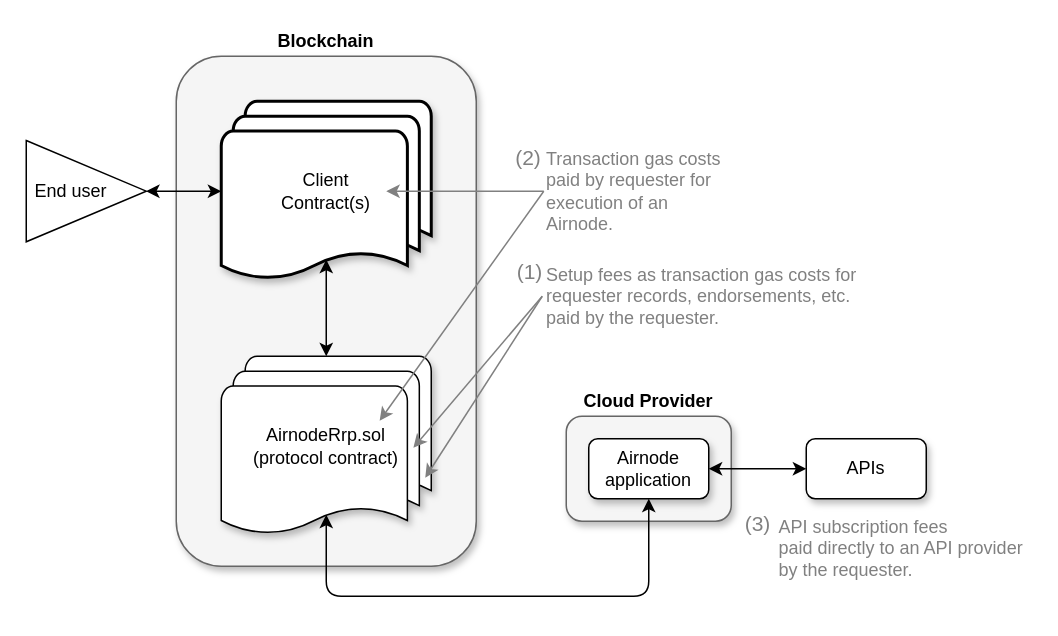
Before: docs/next/assets/diagrams/fees-requester.drawio in api3dao/old-api3-docs, a draw.io diagram. Source tidied: cells renumbered, new cells numbered last; positions are measured from the earlier drawing's top-left corner, leaving out a move shared by most shapes. Both pictures are drawn from the tidied source at 150%, with x=0, y=0 at pixel (26, 26).
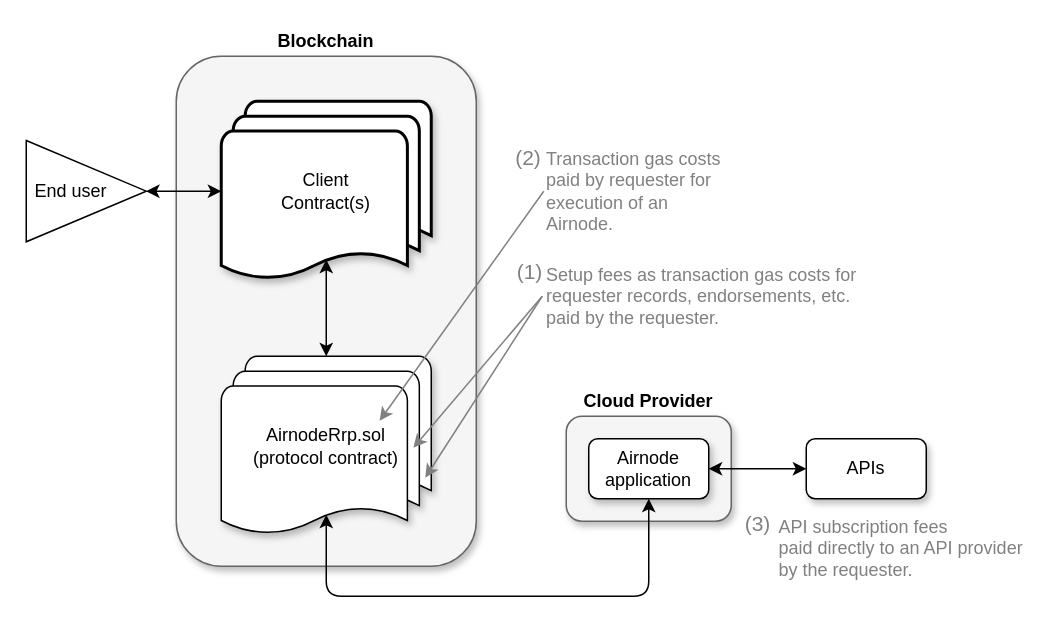
Above is the later version.

Commit message (it also covers changes not shown here):
Call and Airnode doc Also just a small change to the fees image

Unchanged cells that the change refers to:
```xml
<mxCell id="16" value="&lt;font color=&quot;#808080&quot;&gt;Transaction gas costs paid by requester for execution of an Airnode.&lt;/font&gt;" style="text;html=1;strokeColor=none;fillColor=none;align=left;verticalAlign=middle;whiteSpace=wrap;rounded=0;fontColor=#FF3333;" parent="1" vertex="1">
  <mxGeometry x="345" y="100" width="120" height="20" as="geometry" />
</mxCell>
```

Diff of the diagram source:
```diff
@@
-    <mxCell id="15" style="endArrow=none;html=1;entryX=0;entryY=0.5;entryDx=0;entryDy=0;endFill=0;startArrow=classic;startFill=1;fillColor=#f8cecc;fontColor=#808080;strokeColor=#808080;" parent="1" edge="1" target="16">
-      <mxGeometry relative="1" as="geometry">
-        <mxPoint x="240" y="110" as="sourcePoint" />
-      </mxGeometry>
-    </mxCell>
```
